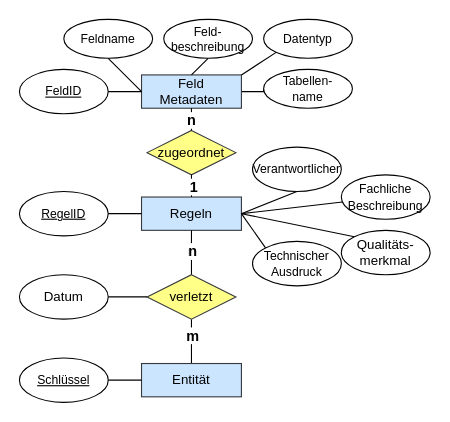
Above: ER-Diagramm Qualitätsdashboard.drawio in GitAmaom/drawio (draw.io), before the change. Source tidied: cells renumbered, new cells numbered last; positions are measured from the earlier drawing's top-left corner, leaving out a move shared by most shapes. Both pictures are drawn from the tidied source at 111%, with x=0, y=0 at pixel (19, 19).
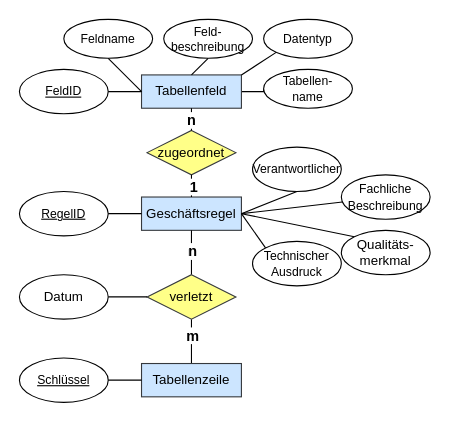
Above is the later version.

What changed in the source:
```diff
@@
-    <mxCell id="4" value="Regeln" style="whiteSpace=wrap;html=1;align=center;fillColor=#cce5ff;strokeColor=#36393d;" parent="1" vertex="1">
+    <mxCell id="4" value="Geschäftsregel" style="whiteSpace=wrap;html=1;align=center;fillColor=#cce5ff;strokeColor=#36393d;" parent="1" vertex="1">
       <mxGeometry x="110" y="160" width="90" height="30" as="geometry" />
     </mxCell>
@@
-    <mxCell id="6" value="Feld&lt;br&gt;Metadaten" style="whiteSpace=wrap;html=1;align=center;fillColor=#cce5ff;strokeColor=#36393d;" parent="1" vertex="1">
+    <mxCell id="6" value="Tabellenfeld" style="whiteSpace=wrap;html=1;align=center;fillColor=#cce5ff;strokeColor=#36393d;" parent="1" vertex="1">
       <mxGeometry x="110" y="50" width="90" height="30" as="geometry" />
     </mxCell>
@@
-    <mxCell id="23" value="Entität" style="whiteSpace=wrap;html=1;align=center;fillColor=#cce5ff;strokeColor=#36393d;" parent="1" vertex="1">
+    <mxCell id="23" value="Tabellenzeile" style="whiteSpace=wrap;html=1;align=center;fillColor=#cce5ff;strokeColor=#36393d;" parent="1" vertex="1">
       <mxGeometry x="110" y="310" width="90" height="30" as="geometry" />
     </mxCell>
```
